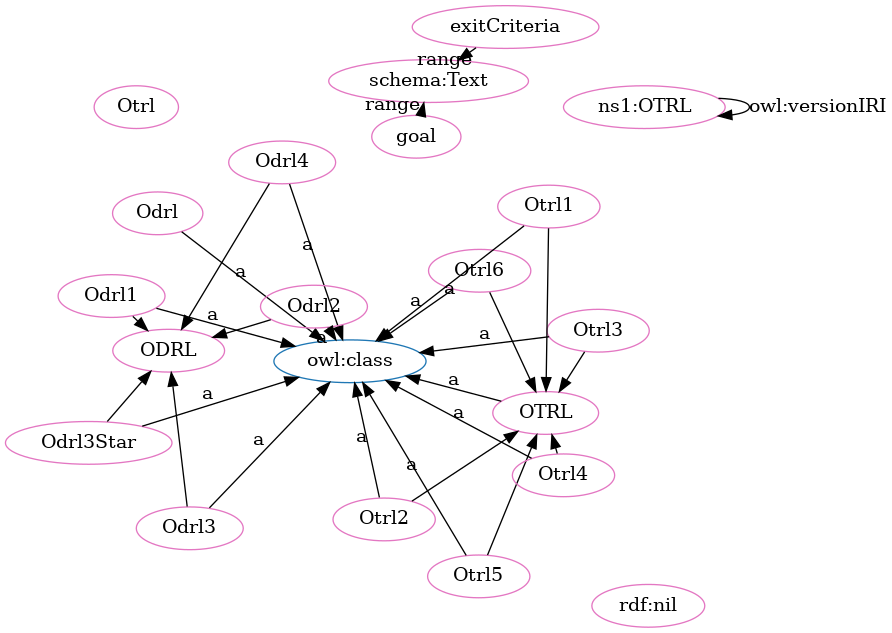
OPEN-NEXT/OKH-LOSH keeps this Graphviz diagram as OTRL-clean.png. Above is the earlier version. Its source is kept beside it as OTRL-clean.dot.
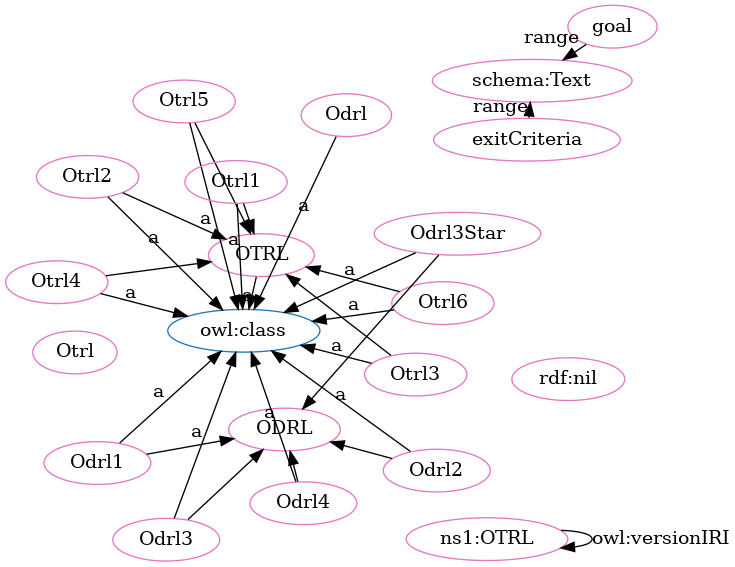
The same diagram one commit later.

The edit, as a diff of the source:
```diff
@@ -2,53 +2,53 @@
   rankdir=BT
   node[height=.3]
 "http://purl.org/oseg/ontologies/OTRL#ODRL" [fillcolor="#1f77b4" color="#1f77b4" label="ODRL"]
+"http://www.w3.org/2002/07/owl#class" [fillcolor="#1f77b4" color="#1f77b4" label="owl:class"]
 "http://purl.org/oseg/ontologies/OTRL#OTRL" [fillcolor="#1f77b4" color="#1f77b4" label="OTRL"]
-"http://www.w3.org/2002/07/owl#class" [fillcolor="#1f77b4" color="#1f77b4" label="owl:class"]
 "http://purl.org/oseg/ontologies/OTRL#OTRL" [fillcolor="#e377c2" color="#e377c2" label="OTRL"]
+"http://schema.org/Text" [fillcolor="#e377c2" color="#e377c2" label="schema:Text"]
 "http://purl.org/oseg/ontologies/OTRL#ODRL" [fillcolor="#e377c2" color="#e377c2" label="ODRL"]
+"http://www.w3.org/1999/02/22-rdf-syntax-ns#nil" [fillcolor="#e377c2" color="#e377c2" label="rdf:nil"]
+"http://purl.org/oseg/ontologies/OTRL" [fillcolor="#e377c2" color="#e377c2" label="ns1:OTRL"]
+"http://purl.org/oseg/ontologies/OTRL#goal" [fillcolor="#e377c2" color="#e377c2" label="goal"]
+"http://purl.org/oseg/ontologies/OTRL#Otrl" [fillcolor="#e377c2" color="#e377c2" label="Otrl"]
 "http://purl.org/oseg/ontologies/OTRL#Odrl" [fillcolor="#e377c2" color="#e377c2" label="Odrl"]
-"http://purl.org/oseg/ontologies/OTRL#Otrl" [fillcolor="#e377c2" color="#e377c2" label="Otrl"]
-"http://purl.org/oseg/ontologies/OTRL" [fillcolor="#e377c2" color="#e377c2" label="ns1:OTRL"]
-"http://purl.org/oseg/ontologies/OTRL#Odrl4" [fillcolor="#e377c2" color="#e377c2" label="Odrl4"]
-"http://purl.org/oseg/ontologies/OTRL#Otrl6" [fillcolor="#e377c2" color="#e377c2" label="Otrl6"]
-"http://schema.org/Text" [fillcolor="#e377c2" color="#e377c2" label="schema:Text"]
-"http://purl.org/oseg/ontologies/OTRL#exitCriteria" [fillcolor="#e377c2" color="#e377c2" label="exitCriteria"]
 "http://purl.org/oseg/ontologies/OTRL#Otrl5" [fillcolor="#e377c2" color="#e377c2" label="Otrl5"]
-"http://purl.org/oseg/ontologies/OTRL#Odrl3Star" [fillcolor="#e377c2" color="#e377c2" label="Odrl3Star"]
 "http://purl.org/oseg/ontologies/OTRL#Otrl2" [fillcolor="#e377c2" color="#e377c2" label="Otrl2"]
-"http://www.w3.org/1999/02/22-rdf-syntax-ns#nil" [fillcolor="#e377c2" color="#e377c2" label="rdf:nil"]
-"http://purl.org/oseg/ontologies/OTRL#Otrl4" [fillcolor="#e377c2" color="#e377c2" label="Otrl4"]
-"http://purl.org/oseg/ontologies/OTRL#Odrl3" [fillcolor="#e377c2" color="#e377c2" label="Odrl3"]
-"http://purl.org/oseg/ontologies/OTRL#goal" [fillcolor="#e377c2" color="#e377c2" label="goal"]
 "http://purl.org/oseg/ontologies/OTRL#Odrl1" [fillcolor="#e377c2" color="#e377c2" label="Odrl1"]
 "http://purl.org/oseg/ontologies/OTRL#Otrl3" [fillcolor="#e377c2" color="#e377c2" label="Otrl3"]
+"http://purl.org/oseg/ontologies/OTRL#Odrl3" [fillcolor="#e377c2" color="#e377c2" label="Odrl3"]
+"http://purl.org/oseg/ontologies/OTRL#Odrl4" [fillcolor="#e377c2" color="#e377c2" label="Odrl4"]
+"http://purl.org/oseg/ontologies/OTRL#exitCriteria" [fillcolor="#e377c2" color="#e377c2" label="exitCriteria"]
+"http://purl.org/oseg/ontologies/OTRL#Odrl2" [fillcolor="#e377c2" color="#e377c2" label="Odrl2"]
+"http://purl.org/oseg/ontologies/OTRL#Otrl4" [fillcolor="#e377c2" color="#e377c2" label="Otrl4"]
+"http://purl.org/oseg/ontologies/OTRL#Otrl6" [fillcolor="#e377c2" color="#e377c2" label="Otrl6"]
+"http://purl.org/oseg/ontologies/OTRL#Odrl3Star" [fillcolor="#e377c2" color="#e377c2" label="Odrl3Star"]
 "http://purl.org/oseg/ontologies/OTRL#Otrl1" [fillcolor="#e377c2" color="#e377c2" label="Otrl1"]
-"http://purl.org/oseg/ontologies/OTRL#Odrl2" [fillcolor="#e377c2" color="#e377c2" label="Odrl2"]
+  "http://purl.org/oseg/ontologies/OTRL#Otrl3" -> "http://purl.org/oseg/ontologies/OTRL#OTRL" [label=""]
+  "http://purl.org/oseg/ontologies/OTRL#exitCriteria" -> "http://schema.org/Text" [label="range"]
+  "http://purl.org/oseg/ontologies/OTRL#Odrl4" -> "http://purl.org/oseg/ontologies/OTRL#ODRL" [label=""]
+  "http://purl.org/oseg/ontologies/OTRL#Odrl" -> "http://www.w3.org/2002/07/owl#class" [label="a"]
+  "http://purl.org/oseg/ontologies/OTRL#Otrl6" -> "http://purl.org/oseg/ontologies/OTRL#OTRL" [label=""]
+  "http://purl.org/oseg/ontologies/OTRL#Odrl4" -> "http://www.w3.org/2002/07/owl#class" [label="a"]
+  "http://purl.org/oseg/ontologies/OTRL#Otrl6" -> "http://www.w3.org/2002/07/owl#class" [label="a"]
+  "http://purl.org/oseg/ontologies/OTRL#Otrl1" -> "http://www.w3.org/2002/07/owl#class" [label="a"]
+  "http://purl.org/oseg/ontologies/OTRL" -> "http://purl.org/oseg/ontologies/OTRL" [label="owl:versionIRI"]
+  "http://purl.org/oseg/ontologies/OTRL#Odrl2" -> "http://purl.org/oseg/ontologies/OTRL#ODRL" [label=""]
+  "http://purl.org/oseg/ontologies/OTRL#Odrl1" -> "http://purl.org/oseg/ontologies/OTRL#ODRL" [label=""]
+  "http://purl.org/oseg/ontologies/OTRL#Otrl5" -> "http://www.w3.org/2002/07/owl#class" [label="a"]
+  "http://purl.org/oseg/ontologies/OTRL#Otrl2" -> "http://www.w3.org/2002/07/owl#class" [label="a"]
+  "http://purl.org/oseg/ontologies/OTRL#Otrl5" -> "http://purl.org/oseg/ontologies/OTRL#OTRL" [label=""]
+  "http://purl.org/oseg/ontologies/OTRL#Otrl2" -> "http://purl.org/oseg/ontologies/OTRL#OTRL" [label=""]
+  "http://purl.org/oseg/ontologies/OTRL#Odrl3" -> "http://purl.org/oseg/ontologies/OTRL#ODRL" [label=""]
   "http://purl.org/oseg/ontologies/OTRL#Odrl3Star" -> "http://purl.org/oseg/ontologies/OTRL#ODRL" [label=""]
-  "http://purl.org/oseg/ontologies/OTRL#Odrl" -> "http://www.w3.org/2002/07/owl#class" [label="a"]
-  "http://purl.org/oseg/ontologies/OTRL#Otrl6" -> "http://www.w3.org/2002/07/owl#class" [label="a"]
-  "http://purl.org/oseg/ontologies/OTRL#Otrl5" -> "http://purl.org/oseg/ontologies/OTRL#OTRL" [label=""]
+  "http://purl.org/oseg/ontologies/OTRL#Odrl1" -> "http://www.w3.org/2002/07/owl#class" [label="a"]
+  "http://purl.org/oseg/ontologies/OTRL#Otrl3" -> "http://www.w3.org/2002/07/owl#class" [label="a"]
+  "http://purl.org/oseg/ontologies/OTRL#Odrl3" -> "http://www.w3.org/2002/07/owl#class" [label="a"]
+  "http://purl.org/oseg/ontologies/OTRL#Otrl1" -> "http://purl.org/oseg/ontologies/OTRL#OTRL" [label=""]
+  "http://purl.org/oseg/ontologies/OTRL#OTRL" -> "http://www.w3.org/2002/07/owl#class" [label="a"]
+  "http://purl.org/oseg/ontologies/OTRL#Odrl2" -> "http://www.w3.org/2002/07/owl#class" [label="a"]
+  "http://purl.org/oseg/ontologies/OTRL#Otrl4" -> "http://www.w3.org/2002/07/owl#class" [label="a"]
+  "http://purl.org/oseg/ontologies/OTRL#Otrl4" -> "http://purl.org/oseg/ontologies/OTRL#OTRL" [label=""]
   "http://purl.org/oseg/ontologies/OTRL#goal" -> "http://schema.org/Text" [label="range"]
-  "http://purl.org/oseg/ontologies/OTRL#Odrl2" -> "http://www.w3.org/2002/07/owl#class" [label="a"]
-  "http://purl.org/oseg/ontologies/OTRL#Otrl1" -> "http://purl.org/oseg/ontologies/OTRL#OTRL" [label=""]
-  "http://purl.org/oseg/ontologies/OTRL" -> "http://purl.org/oseg/ontologies/OTRL" [label="owl:versionIRI"]
-  "http://purl.org/oseg/ontologies/OTRL#Otrl2" -> "http://purl.org/oseg/ontologies/OTRL#OTRL" [label=""]
-  "http://purl.org/oseg/ontologies/OTRL#Otrl4" -> "http://purl.org/oseg/ontologies/OTRL#OTRL" [label=""]
-  "http://purl.org/oseg/ontologies/OTRL#Odrl4" -> "http://www.w3.org/2002/07/owl#class" [label="a"]
-  "http://purl.org/oseg/ontologies/OTRL#exitCriteria" -> "http://schema.org/Text" [label="range"]
-  "http://purl.org/oseg/ontologies/OTRL#Otrl5" -> "http://www.w3.org/2002/07/owl#class" [label="a"]
   "http://purl.org/oseg/ontologies/OTRL#Odrl3Star" -> "http://www.w3.org/2002/07/owl#class" [label="a"]
-  "http://purl.org/oseg/ontologies/OTRL#Odrl2" -> "http://purl.org/oseg/ontologies/OTRL#ODRL" [label=""]
-  "http://purl.org/oseg/ontologies/OTRL#Otrl2" -> "http://www.w3.org/2002/07/owl#class" [label="a"]
-  "http://purl.org/oseg/ontologies/OTRL#Otrl4" -> "http://www.w3.org/2002/07/owl#class" [label="a"]
-  "http://purl.org/oseg/ontologies/OTRL#Odrl3" -> "http://www.w3.org/2002/07/owl#class" [label="a"]
-  "http://purl.org/oseg/ontologies/OTRL#Odrl3" -> "http://purl.org/oseg/ontologies/OTRL#ODRL" [label=""]
-  "http://purl.org/oseg/ontologies/OTRL#Odrl1" -> "http://www.w3.org/2002/07/owl#class" [label="a"]
-  "http://purl.org/oseg/ontologies/OTRL#OTRL" -> "http://www.w3.org/2002/07/owl#class" [label="a"]
-  "http://purl.org/oseg/ontologies/OTRL#Otrl3" -> "http://www.w3.org/2002/07/owl#class" [label="a"]
-  "http://purl.org/oseg/ontologies/OTRL#Otrl3" -> "http://purl.org/oseg/ontologies/OTRL#OTRL" [label=""]
-  "http://purl.org/oseg/ontologies/OTRL#Otrl6" -> "http://purl.org/oseg/ontologies/OTRL#OTRL" [label=""]
-  "http://purl.org/oseg/ontologies/OTRL#Odrl1" -> "http://purl.org/oseg/ontologies/OTRL#ODRL" [label=""]
-  "http://purl.org/oseg/ontologies/OTRL#Otrl1" -> "http://www.w3.org/2002/07/owl#class" [label="a"]
-  "http://purl.org/oseg/ontologies/OTRL#Odrl4" -> "http://purl.org/oseg/ontologies/OTRL#ODRL" [label=""]
 }
```
